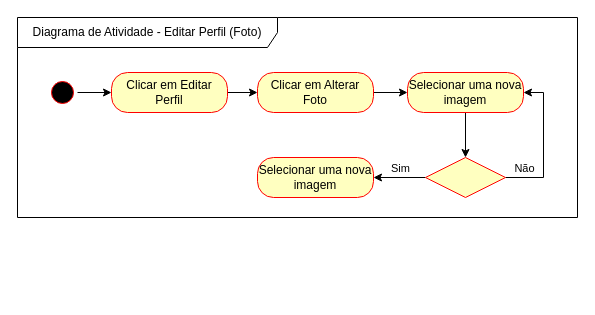
Above: documentação/Diagramas/05 Diagrama de Atividade - Editar Perfil.drawio in AntonioMenelau/FatecConnect-TG (draw.io), before the change. Source tidied: cells renumbered, new cells numbered last; positions are measured from the earlier drawing's top-left corner, leaving out a move shared by most shapes. Both pictures are drawn from the tidied source at 100%, with x=0, y=0 at pixel (17, 17).
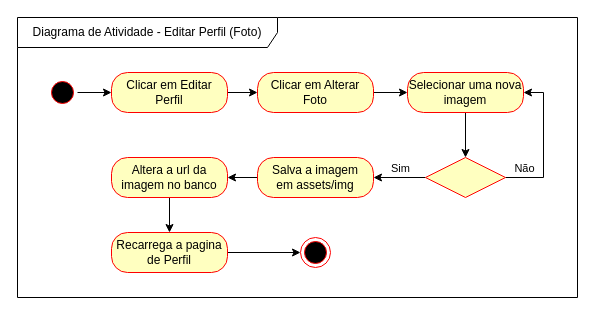
After the change.

Commit message (it also covers changes not shown here):
novos diagramas de atividades - 05, 06

Diff of the diagram source:
```diff
@@
     <mxCell id="2" value="Diagrama de Atividade - Editar Perfil (Foto)" style="shape=umlFrame;whiteSpace=wrap;html=1;width=260;height=30;" parent="1" vertex="1">
-      <mxGeometry width="560" height="200" as="geometry" />
+      <mxGeometry width="560" height="280" as="geometry" />
     </mxCell>
@@
+    <mxCell id="17" style="edgeStyle=orthogonalEdgeStyle;rounded=0;jettySize=auto;html=1;" parent="1" edge="1" source="16" target="19">
+      <mxGeometry relative="1" as="geometry" />
+    </mxCell>
-    <mxCell id="16" value="Selecionar uma nova imagem" style="rounded=1;whiteSpace=wrap;html=1;arcSize=40;fontColor=#000000;fillColor=#ffffc0;strokeColor=#ff0000;" parent="1" vertex="1">
+    <mxCell id="16" value="Salva a imagem em&amp;nbsp;&lt;span style=&quot;background-color: transparent; color: light-dark(rgb(0, 0, 0), rgb(237, 237, 237));&quot;&gt;assets/img&lt;/span&gt;" style="rounded=1;whiteSpace=wrap;html=1;arcSize=40;fontColor=#000000;fillColor=#ffffc0;strokeColor=#ff0000;" parent="1" vertex="1">
       <mxGeometry x="240" y="140" width="116" height="40" as="geometry" />
     </mxCell>
+    <mxCell id="18" style="edgeStyle=orthogonalEdgeStyle;rounded=0;jettySize=auto;html=1;" parent="1" edge="1" source="19" target="22">
+      <mxGeometry relative="1" as="geometry" />
+    </mxCell>
+    <mxCell id="19" value="Altera a url da imagem no banco" style="rounded=1;whiteSpace=wrap;html=1;arcSize=40;fontColor=#000000;fillColor=#ffffc0;strokeColor=#ff0000;" parent="1" vertex="1">
+      <mxGeometry x="94" y="140" width="116" height="40" as="geometry" />
+    </mxCell>
+    <mxCell id="20" style="ellipse;html=1;shape=endState;fillColor=#000000;strokeColor=#ff0000;" parent="1" vertex="1">
+      <mxGeometry x="283" y="220" width="30" height="30" as="geometry" />
+    </mxCell>
+    <mxCell id="21" style="edgeStyle=orthogonalEdgeStyle;rounded=0;jettySize=auto;html=1;" parent="1" edge="1" source="22" target="20">
+      <mxGeometry relative="1" as="geometry" />
+    </mxCell>
+    <mxCell id="22" value="Recarrega a pagina de Perfil" style="rounded=1;whiteSpace=wrap;html=1;arcSize=40;fontColor=#000000;fillColor=#ffffc0;strokeColor=#ff0000;" parent="1" vertex="1">
+      <mxGeometry x="94" y="215" width="116" height="40" as="geometry" />
+    </mxCell>
```
